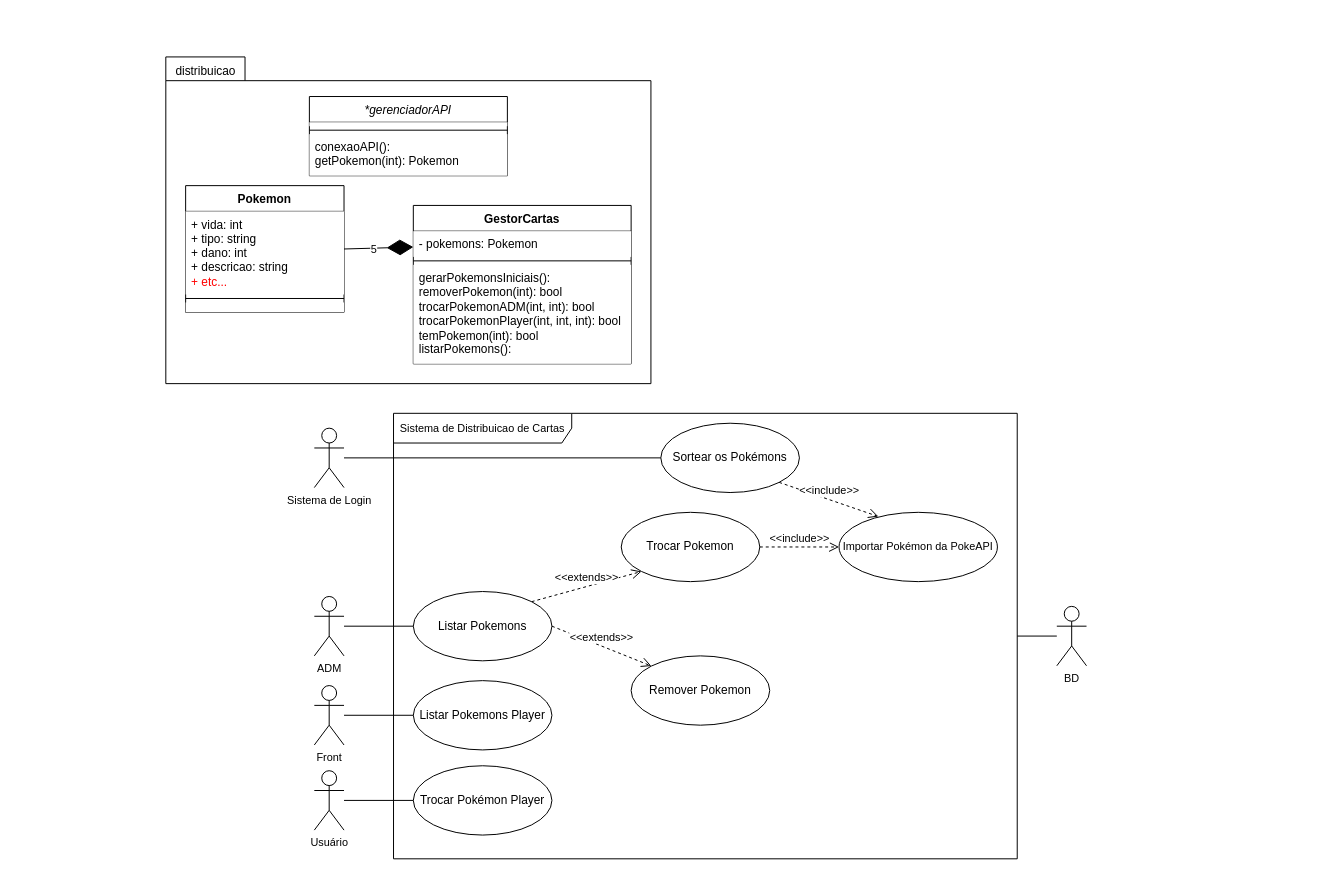
Earlier version of the draw.io diagram documentacao/UML/UML_tema_2.drawio (Inatel-S03-2025-2/distribuicao-de-cartas). Source tidied: cells renumbered, new cells numbered last; positions are measured from the earlier drawing's top-left corner, leaving out a move shared by most shapes. Both pictures are drawn from the tidied source at 99%, with x=0, y=0 at pixel (165, 56).
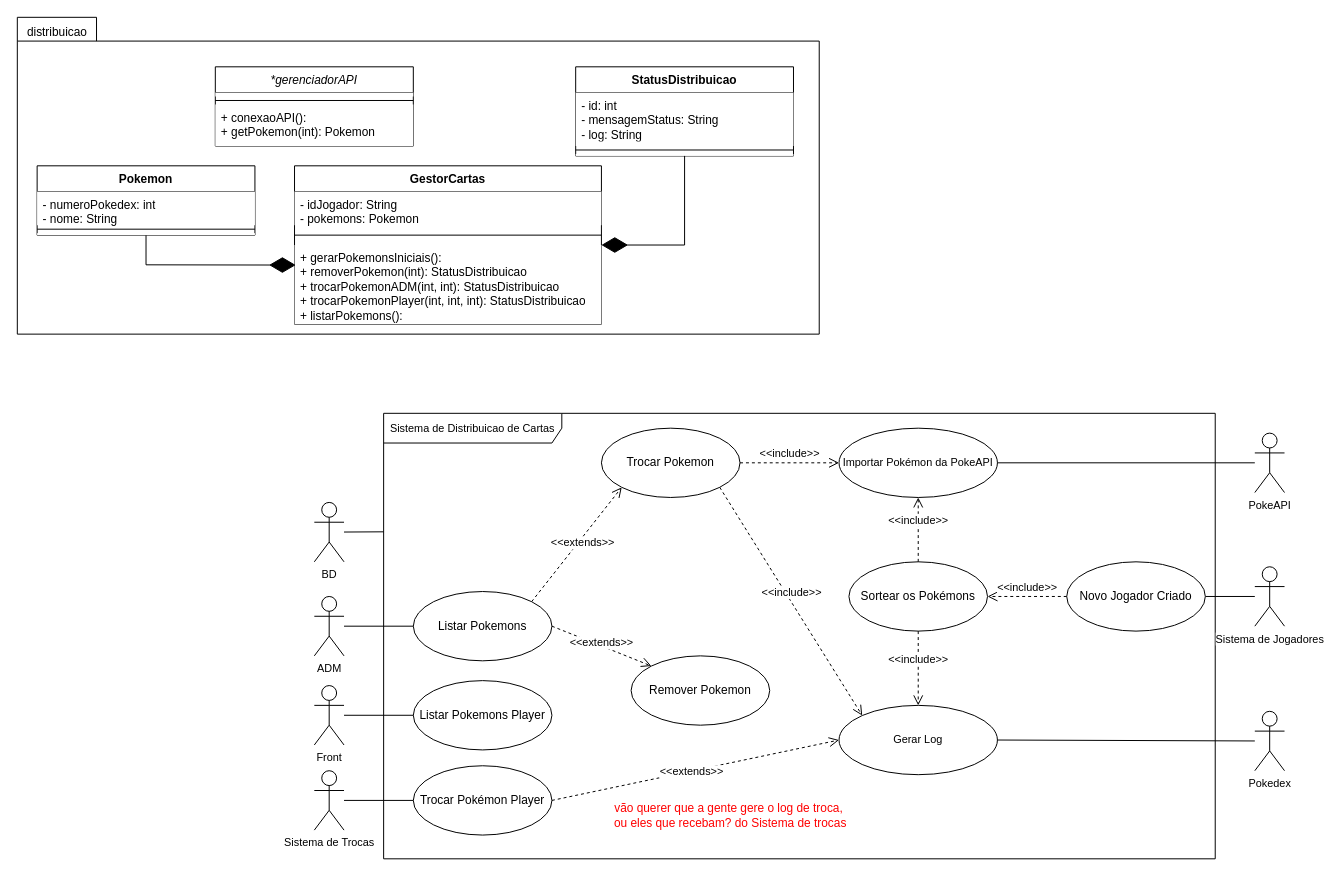
The same page after the edit.

Commit message (it also covers changes not shown here):
docs: atualizando UML

Unchanged cells that the change refers to:
```xml
<mxCell id="6" value="Trocar Pokémon Player" style="ellipse;whiteSpace=wrap;html=1;" parent="1" vertex="1">
  <mxGeometry x="250" y="716" width="140" height="70" as="geometry" />
</mxCell>
<mxCell id="7" value="Remover Pokemon" style="ellipse;whiteSpace=wrap;html=1;" parent="1" vertex="1">
  <mxGeometry x="470" y="605" width="140" height="70" as="geometry" />
</mxCell>
<mxCell id="10" value="Listar Pokemons" style="ellipse;whiteSpace=wrap;html=1;" parent="1" vertex="1">
  <mxGeometry x="250" y="540" width="140" height="70" as="geometry" />
</mxCell>
```

The edit, as a diff of the source:
```diff
@@
+    <mxCell id="19" value="Sistema de Distribuicao de Cartas" style="shape=umlFrame;whiteSpace=wrap;html=1;fontFamily=Helvetica;fontSize=11;fontColor=default;labelBackgroundColor=default;width=180;height=30;swimlaneFillColor=default;" parent="1" vertex="1">
+      <mxGeometry x="220" y="360" width="840" height="450" as="geometry" />
+    </mxCell>
     <mxCell id="2" style="shape=folder;fontStyle=1;spacingTop=10;tabWidth=80;tabHeight=24;tabPosition=left;html=1;whiteSpace=wrap;" parent="1" vertex="1">
-      <mxGeometry width="490" height="330" as="geometry" />
+      <mxGeometry x="-150" y="-40" width="810" height="320" as="geometry" />
     </mxCell>
     <mxCell id="3" value="Sortear os Pokémons" style="ellipse;whiteSpace=wrap;html=1;" parent="1" vertex="1">
-      <mxGeometry x="500" y="370" width="140" height="70" as="geometry" />
+      <mxGeometry x="690" y="510" width="140" height="70" as="geometry" />
     </mxCell>
     <mxCell id="4" value="Importar Pokémon da PokeAPI" style="ellipse;whiteSpace=wrap;html=1;fontFamily=Helvetica;fontSize=11;fontColor=default;labelBackgroundColor=default;" parent="1" vertex="1">
-      <mxGeometry x="680" y="460" width="160" height="70" as="geometry" />
+      <mxGeometry x="680" y="375" width="160" height="70" as="geometry" />
     </mxCell>
@@
     <mxCell id="11" value="&amp;lt;&amp;lt;extends&amp;gt;&amp;gt;" style="html=1;verticalAlign=bottom;endArrow=open;dashed=1;endSize=8;curved=0;rounded=0;strokeColor=default;align=center;fontFamily=Helvetica;fontSize=11;fontColor=default;labelBackgroundColor=default;exitX=1;exitY=0.5;exitDx=0;exitDy=0;entryX=0;entryY=0;entryDx=0;entryDy=0;" parent="1" edge="1" source="10" target="7">
-      <mxGeometry relative="1" as="geometry" />
+      <mxGeometry x="0.03" y="-4" relative="1" as="geometry">
+        <mxPoint y="1" as="offset" />
+      </mxGeometry>
     </mxCell>
-    <mxCell id="12" value="&amp;lt;&amp;lt;include&lt;span style=&quot;background-color: light-dark(#ffffff, var(--ge-dark-color, #121212)); color: light-dark(rgb(0, 0, 0), rgb(255, 255, 255));&quot;&gt;&amp;gt;&amp;gt;&lt;/span&gt;" style="html=1;verticalAlign=bottom;endArrow=open;dashed=1;endSize=8;curved=0;rounded=0;strokeColor=default;align=center;fontFamily=Helvetica;fontSize=11;fontColor=default;labelBackgroundColor=default;entryX=0.249;entryY=0.061;entryDx=0;entryDy=0;exitX=1;exitY=1;exitDx=0;exitDy=0;entryPerimeter=0;" parent="1" edge="1" source="3" target="4">
+    <mxCell id="12" value="&amp;lt;&amp;lt;include&lt;span style=&quot;background-color: light-dark(#ffffff, var(--ge-dark-color, #121212)); color: light-dark(rgb(0, 0, 0), rgb(255, 255, 255));&quot;&gt;&amp;gt;&amp;gt;&lt;/span&gt;" style="html=1;verticalAlign=bottom;endArrow=open;dashed=1;endSize=8;curved=0;rounded=0;strokeColor=default;align=center;fontFamily=Helvetica;fontSize=11;fontColor=default;labelBackgroundColor=default;entryX=0.5;entryY=1;entryDx=0;entryDy=0;exitX=0.5;exitY=0;exitDx=0;exitDy=0;" parent="1" edge="1" source="3" target="4">
       <mxGeometry relative="1" as="geometry" />
     </mxCell>
@@
     <mxCell id="16" value="Trocar Pokemon" style="ellipse;whiteSpace=wrap;html=1;" parent="1" vertex="1">
-      <mxGeometry x="460" y="460" width="140" height="70" as="geometry" />
+      <mxGeometry x="440" y="375" width="140" height="70" as="geometry" />
     </mxCell>
     <mxCell id="17" value="&amp;lt;&amp;lt;extends&amp;gt;&amp;gt;" style="html=1;verticalAlign=bottom;endArrow=open;dashed=1;endSize=8;curved=0;rounded=0;strokeColor=default;align=center;fontFamily=Helvetica;fontSize=11;fontColor=default;labelBackgroundColor=default;entryX=0;entryY=1;entryDx=0;entryDy=0;exitX=1;exitY=0;exitDx=0;exitDy=0;" parent="1" edge="1" source="10" target="16">
-      <mxGeometry relative="1" as="geometry" />
+      <mxGeometry x="-0.04" y="-9" relative="1" as="geometry" />
     </mxCell>
@@
-    <mxCell id="19" value="Sistema de Distribuicao de Cartas" style="shape=umlFrame;whiteSpace=wrap;html=1;fontFamily=Helvetica;fontSize=11;fontColor=default;labelBackgroundColor=default;width=180;height=30;" parent="1" vertex="1">
-      <mxGeometry x="230" y="360" width="630" height="450" as="geometry" />
-    </mxCell>
-    <mxCell id="20" style="edgeStyle=none;shape=connector;rounded=0;jettySize=auto;html=1;entryX=0;entryY=0.5;entryDx=0;entryDy=0;strokeColor=default;align=center;verticalAlign=middle;fontFamily=Helvetica;fontSize=11;fontColor=default;labelBackgroundColor=default;startFill=0;endArrow=none;endFill=0;" parent="1" edge="1" source="21" target="3">
-      <mxGeometry relative="1" as="geometry" />
-    </mxCell>
-    <mxCell id="21" value="Sistema de Login" style="shape=umlActor;verticalLabelPosition=bottom;verticalAlign=top;html=1;fontFamily=Helvetica;fontSize=11;fontColor=default;labelBackgroundColor=default;" parent="1" vertex="1">
-      <mxGeometry x="150" y="375" width="30" height="60" as="geometry" />
+    <mxCell id="21" value="Sistema de Jogadores" style="shape=umlActor;verticalLabelPosition=bottom;verticalAlign=top;html=1;fontFamily=Helvetica;fontSize=11;fontColor=default;labelBackgroundColor=default;" parent="1" vertex="1">
+      <mxGeometry x="1100" y="515" width="30" height="60" as="geometry" />
     </mxCell>
-    <mxCell id="22" value="Usuá&lt;span style=&quot;background-color: light-dark(#ffffff, var(--ge-dark-color, #121212)); color: light-dark(rgb(0, 0, 0), rgb(255, 255, 255));&quot;&gt;rio&lt;/span&gt;" style="shape=umlActor;verticalLabelPosition=bottom;verticalAlign=top;html=1;fontFamily=Helvetica;fontSize=11;fontColor=default;labelBackgroundColor=default;" parent="1" vertex="1">
+    <mxCell id="22" value="Sistema de Trocas" style="shape=umlActor;verticalLabelPosition=bottom;verticalAlign=top;html=1;fontFamily=Helvetica;fontSize=11;fontColor=default;labelBackgroundColor=default;" parent="1" vertex="1">
       <mxGeometry x="150" y="721" width="30" height="60" as="geometry" />
     </mxCell>
-    <mxCell id="23" style="edgeStyle=none;shape=connector;rounded=0;jettySize=auto;html=1;strokeColor=default;align=center;verticalAlign=middle;fontFamily=Helvetica;fontSize=11;fontColor=default;labelBackgroundColor=default;startFill=0;endArrow=none;endFill=0;" parent="1" edge="1" source="24" target="19">
+    <mxCell id="23" style="edgeStyle=none;shape=connector;rounded=0;jettySize=auto;html=1;strokeColor=default;align=center;verticalAlign=middle;fontFamily=Helvetica;fontSize=11;fontColor=default;labelBackgroundColor=default;startFill=0;endArrow=none;endFill=0;entryX=0;entryY=0.266;entryDx=0;entryDy=0;entryPerimeter=0;" parent="1" edge="1" source="24" target="19">
       <mxGeometry relative="1" as="geometry" />
     </mxCell>
-    <mxCell id="24" value="BD&lt;div&gt;&lt;br&gt;&lt;/div&gt;" style="shape=umlActor;verticalLabelPosition=bottom;verticalAlign=top;html=1;fontFamily=Helvetica;fontSize=11;fontColor=default;labelBackgroundColor=default;" parent="1" vertex="1">
-      <mxGeometry x="900" y="555" width="30" height="60" as="geometry" />
+    <mxCell id="24" value="BD&lt;div&gt;&lt;br&gt;&lt;/div&gt;" style="shape=umlActor;verticalLabelPosition=bottom;verticalAlign=top;html=1;fontFamily=Helvetica;fontSize=11;labelBackgroundColor=default;" parent="1" vertex="1">
+      <mxGeometry x="150" y="450" width="30" height="60" as="geometry" />
     </mxCell>
-    <mxCell id="25" value="Pokemon" style="swimlane;fontStyle=1;align=center;verticalAlign=top;horizontal=1;startSize=26;whiteSpace=wrap;html=1;" parent="1" vertex="1">
-      <mxGeometry x="20" y="130" width="160" height="128" as="geometry" />
-    </mxCell>
-    <mxCell id="26" value="+ vida: int&lt;div&gt;+ tipo: string&amp;nbsp;&lt;/div&gt;&lt;div&gt;+ dano: int&lt;/div&gt;&lt;div&gt;+ descricao: string&lt;/div&gt;&lt;div&gt;&lt;font style=&quot;color: rgb(255, 0, 0);&quot;&gt;+ etc...&lt;/font&gt;&lt;/div&gt;" style="text;align=left;verticalAlign=top;spacingLeft=4;spacingRight=4;overflow=hidden;whiteSpace=wrap;html=1;fillColor=default;" parent="25" vertex="1">
-      <mxGeometry y="26" width="160" height="84" as="geometry" />
-    </mxCell>
-    <mxCell id="27" style="line;strokeWidth=1;fillColor=none;align=left;verticalAlign=middle;spacingTop=-1;spacingLeft=3;spacingRight=3;labelPosition=right;strokeColor=inherit;" parent="25" vertex="1">
-      <mxGeometry y="110" width="160" height="8" as="geometry" />
-    </mxCell>
-    <mxCell id="28" style="text;align=left;verticalAlign=top;spacingLeft=4;spacingRight=4;overflow=hidden;whiteSpace=wrap;html=1;fillColor=default;" parent="25" vertex="1">
-      <mxGeometry y="118" width="160" height="10" as="geometry" />
-    </mxCell>
     <mxCell id="29" value="GestorCartas" style="swimlane;fontStyle=1;align=center;verticalAlign=top;horizontal=1;startSize=26;whiteSpace=wrap;html=1;" parent="1" vertex="1">
-      <mxGeometry x="250" y="150" width="220" height="160" as="geometry" />
+      <mxGeometry x="130" y="110" width="310" height="160" as="geometry" />
     </mxCell>
-    <mxCell id="30" value="- pokemons: Pokemon" style="text;align=left;verticalAlign=top;spacingLeft=4;spacingRight=4;overflow=hidden;points=[[0,0.5],[1,0.5]];portConstraint=eastwest;whiteSpace=wrap;html=1;fillColor=default;" parent="29" vertex="1">
-      <mxGeometry y="26" width="220" height="26" as="geometry" />
+    <mxCell id="30" value="&lt;div&gt;- idJogador: String&lt;/div&gt;- pokemons: Pokemon" style="text;align=left;verticalAlign=top;spacingLeft=4;spacingRight=4;overflow=hidden;points=[[0,0.5],[1,0.5]];portConstraint=eastwest;whiteSpace=wrap;html=1;fillColor=default;" parent="29" vertex="1">
+      <mxGeometry y="26" width="310" height="34" as="geometry" />
     </mxCell>
     <mxCell id="31" style="line;strokeWidth=1;fillColor=none;align=left;verticalAlign=middle;spacingTop=-1;spacingLeft=3;spacingRight=3;labelPosition=right;strokeColor=inherit;" parent="29" vertex="1">
-      <mxGeometry y="52" width="220" height="8" as="geometry" />
+      <mxGeometry y="60" width="310" height="20" as="geometry" />
     </mxCell>
-    <mxCell id="32" value="gerarPokemonsIniciais():&lt;div&gt;removerPokemon(int): bool&lt;/div&gt;&lt;div&gt;trocarPokemonADM(int, int): bool&lt;/div&gt;&lt;div&gt;trocarPokemonPlayer(int, int, int): bool&lt;/div&gt;&lt;div&gt;temPokemon(int): bool&lt;/div&gt;&lt;div&gt;listarPokemons():&lt;/div&gt;&lt;div&gt;&lt;br&gt;&lt;/div&gt;" style="text;align=left;verticalAlign=top;spacingLeft=4;spacingRight=4;overflow=hidden;points=[[0,0.5],[1,0.5]];portConstraint=eastwest;whiteSpace=wrap;html=1;fillColor=default;" parent="29" vertex="1">
-      <mxGeometry y="60" width="220" height="100" as="geometry" />
+    <mxCell id="32" value="+ gerarPokemonsIniciais():&lt;br&gt;&lt;div&gt;&lt;span style=&quot;background-color: transparent; color: light-dark(rgb(0, 0, 0), rgb(255, 255, 255));&quot;&gt;+&lt;/span&gt;&lt;span style=&quot;background-color: transparent; color: light-dark(rgb(0, 0, 0), rgb(255, 255, 255));&quot;&gt;&amp;nbsp;&lt;/span&gt;removerPokemon(int): StatusDistribuicao&lt;/div&gt;&lt;div&gt;&lt;span style=&quot;background-color: transparent; color: light-dark(rgb(0, 0, 0), rgb(255, 255, 255));&quot;&gt;+&lt;/span&gt;&lt;span style=&quot;background-color: transparent; color: light-dark(rgb(0, 0, 0), rgb(255, 255, 255));&quot;&gt;&amp;nbsp;&lt;/span&gt;trocarPokemonADM(int, int):&amp;nbsp;&lt;span style=&quot;background-color: transparent; color: light-dark(rgb(0, 0, 0), rgb(255, 255, 255));&quot;&gt;StatusDistribuicao&lt;/span&gt;&lt;/div&gt;&lt;div&gt;&lt;span style=&quot;background-color: transparent; color: light-dark(rgb(0, 0, 0), rgb(255, 255, 255));&quot;&gt;+&lt;/span&gt;&lt;span style=&quot;background-color: transparent; color: light-dark(rgb(0, 0, 0), rgb(255, 255, 255));&quot;&gt;&amp;nbsp;&lt;/span&gt;trocarPokemonPlayer(int, int, int):&amp;nbsp;&lt;span style=&quot;background-color: transparent; color: light-dark(rgb(0, 0, 0), rgb(255, 255, 255));&quot;&gt;StatusDistribuicao&lt;/span&gt;&lt;/div&gt;&lt;div&gt;&lt;span style=&quot;background-color: transparent; color: light-dark(rgb(0, 0, 0), rgb(255, 255, 255));&quot;&gt;+&lt;/span&gt;&lt;span style=&quot;background-color: transparent; color: light-dark(rgb(0, 0, 0), rgb(255, 255, 255));&quot;&gt;&amp;nbsp;&lt;/span&gt;&lt;span style=&quot;background-color: transparent; color: light-dark(rgb(0, 0, 0), rgb(255, 255, 255));&quot;&gt;listarPokemons():&lt;/span&gt;&lt;/div&gt;&lt;div&gt;&lt;br&gt;&lt;/div&gt;" style="text;align=left;verticalAlign=top;spacingLeft=4;spacingRight=4;overflow=hidden;points=[[0,0.5],[1,0.5]];portConstraint=eastwest;whiteSpace=wrap;html=1;fillColor=default;" parent="29" vertex="1">
+      <mxGeometry y="80" width="310" height="80" as="geometry" />
     </mxCell>
     <mxCell id="33" value="&lt;span style=&quot;font-weight: 400;&quot;&gt;&lt;i&gt;*gerenciadorAPI&lt;/i&gt;&lt;/span&gt;" style="swimlane;fontStyle=1;align=center;verticalAlign=top;horizontal=1;startSize=26;whiteSpace=wrap;html=1;" parent="1" vertex="1">
-      <mxGeometry x="145" y="40" width="200" height="80" as="geometry" />
+      <mxGeometry x="50" y="10" width="200" height="80" as="geometry" />
     </mxCell>
@@
-    <mxCell id="36" value="conexaoAPI():&lt;div&gt;getPokemon(int): Pokemon&lt;/div&gt;&lt;div&gt;&lt;br&gt;&lt;/div&gt;" style="text;align=left;verticalAlign=top;spacingLeft=4;spacingRight=4;overflow=hidden;whiteSpace=wrap;html=1;fillColor=default;" parent="33" vertex="1">
+    <mxCell id="36" value="+&amp;nbsp;conexaoAPI():&lt;br&gt;&lt;div&gt;&lt;span style=&quot;background-color: transparent; color: light-dark(rgb(0, 0, 0), rgb(255, 255, 255));&quot;&gt;+&lt;/span&gt;&lt;span style=&quot;background-color: transparent; color: light-dark(rgb(0, 0, 0), rgb(255, 255, 255));&quot;&gt;&amp;nbsp;&lt;/span&gt;getPokemon(int): Pokemon&lt;/div&gt;&lt;div&gt;&lt;br&gt;&lt;/div&gt;" style="text;align=left;verticalAlign=top;spacingLeft=4;spacingRight=4;overflow=hidden;whiteSpace=wrap;html=1;fillColor=default;" parent="33" vertex="1">
       <mxGeometry y="38" width="200" height="42" as="geometry" />
     </mxCell>
-    <mxCell id="37" style="endArrow=diamondThin;endFill=1;endSize=24;html=1;rounded=0;exitX=1;exitY=0.5;exitDx=0;exitDy=0;" parent="1" edge="1" source="25" target="30">
-      <mxGeometry relative="1" as="geometry" />
-    </mxCell>
-    <mxCell id="38" value="5" style="edgeLabel;html=1;align=center;verticalAlign=middle;" parent="37" vertex="1">
-      <mxGeometry x="-0.17" y="-1" relative="1" as="geometry" />
-    </mxCell>
     <mxCell id="39" value="distribuicao" style="text;html=1;align=center;verticalAlign=middle;strokeColor=none;fillColor=none;" parent="1" vertex="1">
-      <mxGeometry width="80" height="30" as="geometry" />
+      <mxGeometry x="-150" y="-40" width="80" height="30" as="geometry" />
     </mxCell>
+    <mxCell id="40" value="StatusDistribuicao" style="swimlane;fontStyle=1;align=center;verticalAlign=top;horizontal=1;startSize=26;whiteSpace=wrap;html=1;" parent="1" vertex="1">
+      <mxGeometry x="414" y="10" width="220" height="90" as="geometry" />
+    </mxCell>
+    <mxCell id="41" value="- id: int&lt;div&gt;- mensagemStatus: String&lt;/div&gt;&lt;div&gt;- log: String&lt;/div&gt;" style="text;align=left;verticalAlign=top;spacingLeft=4;spacingRight=4;overflow=hidden;whiteSpace=wrap;html=1;fillColor=default;" parent="40" vertex="1">
+      <mxGeometry y="26" width="220" height="54" as="geometry" />
+    </mxCell>
+    <mxCell id="42" style="line;strokeWidth=1;fillColor=none;align=left;verticalAlign=middle;spacingTop=-1;spacingLeft=3;spacingRight=3;labelPosition=right;strokeColor=inherit;" parent="40" vertex="1">
+      <mxGeometry y="80" width="220" height="8" as="geometry" />
+    </mxCell>
+    <mxCell id="43" value="&lt;div&gt;&lt;br&gt;&lt;/div&gt;" style="text;align=left;verticalAlign=top;spacingLeft=4;spacingRight=4;overflow=hidden;whiteSpace=wrap;html=1;fillColor=default;" parent="40" vertex="1">
+      <mxGeometry y="88" width="220" height="2" as="geometry" />
+    </mxCell>
+    <mxCell id="44" style="rounded=0;jettySize=auto;html=1;entryX=1;entryY=0.5;entryDx=0;entryDy=0;endArrow=none;startFill=0;" parent="1" edge="1" source="45" target="4">
+      <mxGeometry relative="1" as="geometry" />
+    </mxCell>
+    <mxCell id="45" value="&lt;div&gt;PokeAPI&lt;/div&gt;" style="shape=umlActor;verticalLabelPosition=bottom;verticalAlign=top;html=1;fontFamily=Helvetica;fontSize=11;fontColor=default;labelBackgroundColor=default;" parent="1" vertex="1">
+      <mxGeometry x="1100" y="380" width="30" height="60" as="geometry" />
+    </mxCell>
+    <mxCell id="46" style="rounded=0;jettySize=auto;html=1;entryX=1;entryY=0.5;entryDx=0;entryDy=0;endArrow=none;startFill=0;" parent="1" edge="1" source="47" target="48">
+      <mxGeometry relative="1" as="geometry" />
+    </mxCell>
+    <mxCell id="47" value="&lt;div&gt;Pokedex&lt;/div&gt;" style="shape=umlActor;verticalLabelPosition=bottom;verticalAlign=top;html=1;fontFamily=Helvetica;fontSize=11;fontColor=default;labelBackgroundColor=default;" parent="1" vertex="1">
+      <mxGeometry x="1100" y="661" width="30" height="60" as="geometry" />
+    </mxCell>
+    <mxCell id="48" value="Gerar Log" style="ellipse;whiteSpace=wrap;html=1;fontFamily=Helvetica;fontSize=11;fontColor=default;labelBackgroundColor=default;" parent="1" vertex="1">
+      <mxGeometry x="680" y="655" width="160" height="70" as="geometry" />
+    </mxCell>
+    <mxCell id="49" value="&amp;lt;&amp;lt;include&lt;span style=&quot;background-color: light-dark(#ffffff, var(--ge-dark-color, #121212)); color: light-dark(rgb(0, 0, 0), rgb(255, 255, 255));&quot;&gt;&amp;gt;&amp;gt;&lt;/span&gt;" style="html=1;verticalAlign=bottom;endArrow=open;dashed=1;endSize=8;curved=0;rounded=0;strokeColor=default;align=center;fontFamily=Helvetica;fontSize=11;fontColor=default;labelBackgroundColor=default;exitX=1;exitY=1;exitDx=0;exitDy=0;entryX=0;entryY=0;entryDx=0;entryDy=0;" parent="1" edge="1" source="16" target="48">
+      <mxGeometry relative="1" as="geometry" />
+    </mxCell>
+    <mxCell id="50" value="&amp;lt;&amp;lt;include&lt;span style=&quot;background-color: light-dark(#ffffff, var(--ge-dark-color, #121212)); color: light-dark(rgb(0, 0, 0), rgb(255, 255, 255));&quot;&gt;&amp;gt;&amp;gt;&lt;/span&gt;" style="html=1;verticalAlign=bottom;endArrow=open;dashed=1;endSize=8;curved=0;rounded=0;strokeColor=default;align=center;fontFamily=Helvetica;fontSize=11;fontColor=default;labelBackgroundColor=default;exitX=0.5;exitY=1;exitDx=0;exitDy=0;" parent="1" edge="1" source="3" target="48">
+      <mxGeometry relative="1" as="geometry" />
+    </mxCell>
+    <mxCell id="51" style="edgeStyle=none;shape=connector;rounded=0;jettySize=auto;html=1;entryX=1;entryY=0.5;entryDx=0;entryDy=0;strokeColor=default;align=center;verticalAlign=middle;fontFamily=Helvetica;fontSize=11;fontColor=default;labelBackgroundColor=default;startFill=0;endArrow=none;endFill=0;" parent="1" edge="1" source="21" target="52">
+      <mxGeometry relative="1" as="geometry" />
+    </mxCell>
+    <mxCell id="52" value="Novo Jogador Criado" style="ellipse;whiteSpace=wrap;html=1;" parent="1" vertex="1">
+      <mxGeometry x="910" y="510" width="140" height="70" as="geometry" />
+    </mxCell>
+    <mxCell id="53" value="&amp;lt;&amp;lt;include&lt;span style=&quot;background-color: light-dark(#ffffff, var(--ge-dark-color, #121212)); color: light-dark(rgb(0, 0, 0), rgb(255, 255, 255));&quot;&gt;&amp;gt;&amp;gt;&lt;/span&gt;" style="html=1;verticalAlign=bottom;endArrow=open;dashed=1;endSize=8;curved=0;rounded=0;strokeColor=default;align=center;fontFamily=Helvetica;fontSize=11;fontColor=default;labelBackgroundColor=default;exitX=0;exitY=0.5;exitDx=0;exitDy=0;" parent="1" edge="1" source="52" target="3">
+      <mxGeometry relative="1" as="geometry" />
+    </mxCell>
+    <mxCell id="54" style="endArrow=diamondThin;endFill=1;endSize=24;html=1;rounded=0;exitX=0.5;exitY=1;exitDx=0;exitDy=0;entryX=1;entryY=0.5;entryDx=0;entryDy=0;" parent="1" edge="1" source="40" target="29">
+      <mxGeometry relative="1" as="geometry">
+        <Array as="points">
+          <mxPoint x="524" y="190" />
+        </Array>
+      </mxGeometry>
+    </mxCell>
+    <mxCell id="55" value="&amp;lt;&amp;lt;extends&amp;gt;&amp;gt;" style="html=1;verticalAlign=bottom;endArrow=open;dashed=1;endSize=8;curved=0;rounded=0;strokeColor=default;align=center;fontFamily=Helvetica;fontSize=11;fontColor=default;labelBackgroundColor=default;exitX=1;exitY=0.5;exitDx=0;exitDy=0;entryX=0;entryY=0.5;entryDx=0;entryDy=0;" parent="1" edge="1" source="6" target="48">
+      <mxGeometry x="-0.04" y="-9" relative="1" as="geometry" />
+    </mxCell>
+    <mxCell id="56" value="&lt;font color=&quot;#ff0000&quot;&gt;vão querer que a gente gere o log de troca,&amp;nbsp;&lt;/font&gt;&lt;div&gt;&lt;font color=&quot;#ff0000&quot;&gt;ou eles que recebam? do Sistema de trocas&lt;/font&gt;&lt;/div&gt;" style="text;html=1;align=center;verticalAlign=middle;strokeColor=none;fillColor=none;" parent="1" vertex="1">
+      <mxGeometry x="440" y="746" width="260" height="40" as="geometry" />
+    </mxCell>
+    <mxCell id="57" style="endArrow=diamondThin;endFill=1;endSize=24;html=1;rounded=0;exitX=0.5;exitY=1;exitDx=0;exitDy=0;entryX=0.004;entryY=0.253;entryDx=0;entryDy=0;entryPerimeter=0;" parent="1" edge="1" source="25" target="32">
+      <mxGeometry relative="1" as="geometry">
+        <Array as="points">
+          <mxPoint x="-20" y="210" />
+        </Array>
+      </mxGeometry>
+    </mxCell>
+    <mxCell id="25" value="Pokemon" style="swimlane;fontStyle=1;align=center;verticalAlign=top;horizontal=1;startSize=26;whiteSpace=wrap;html=1;" parent="1" vertex="1">
+      <mxGeometry x="-130" y="110" width="220" height="70" as="geometry" />
+    </mxCell>
+    <mxCell id="58" value="- numeroPokedex: int&lt;div&gt;- nome: String&lt;/div&gt;" style="text;align=left;verticalAlign=top;spacingLeft=4;spacingRight=4;overflow=hidden;whiteSpace=wrap;html=1;fillColor=default;" parent="25" vertex="1">
+      <mxGeometry y="26" width="220" height="34" as="geometry" />
+    </mxCell>
+    <mxCell id="59" style="line;strokeWidth=1;fillColor=none;align=left;verticalAlign=middle;spacingTop=-1;spacingLeft=3;spacingRight=3;labelPosition=right;strokeColor=inherit;" parent="25" vertex="1">
+      <mxGeometry y="60" width="220" height="8" as="geometry" />
+    </mxCell>
+    <mxCell id="60" value="&lt;div&gt;&lt;br&gt;&lt;/div&gt;" style="text;align=left;verticalAlign=top;spacingLeft=4;spacingRight=4;overflow=hidden;whiteSpace=wrap;html=1;fillColor=default;" parent="25" vertex="1">
+      <mxGeometry y="68" width="220" height="2" as="geometry" />
+    </mxCell>
```
